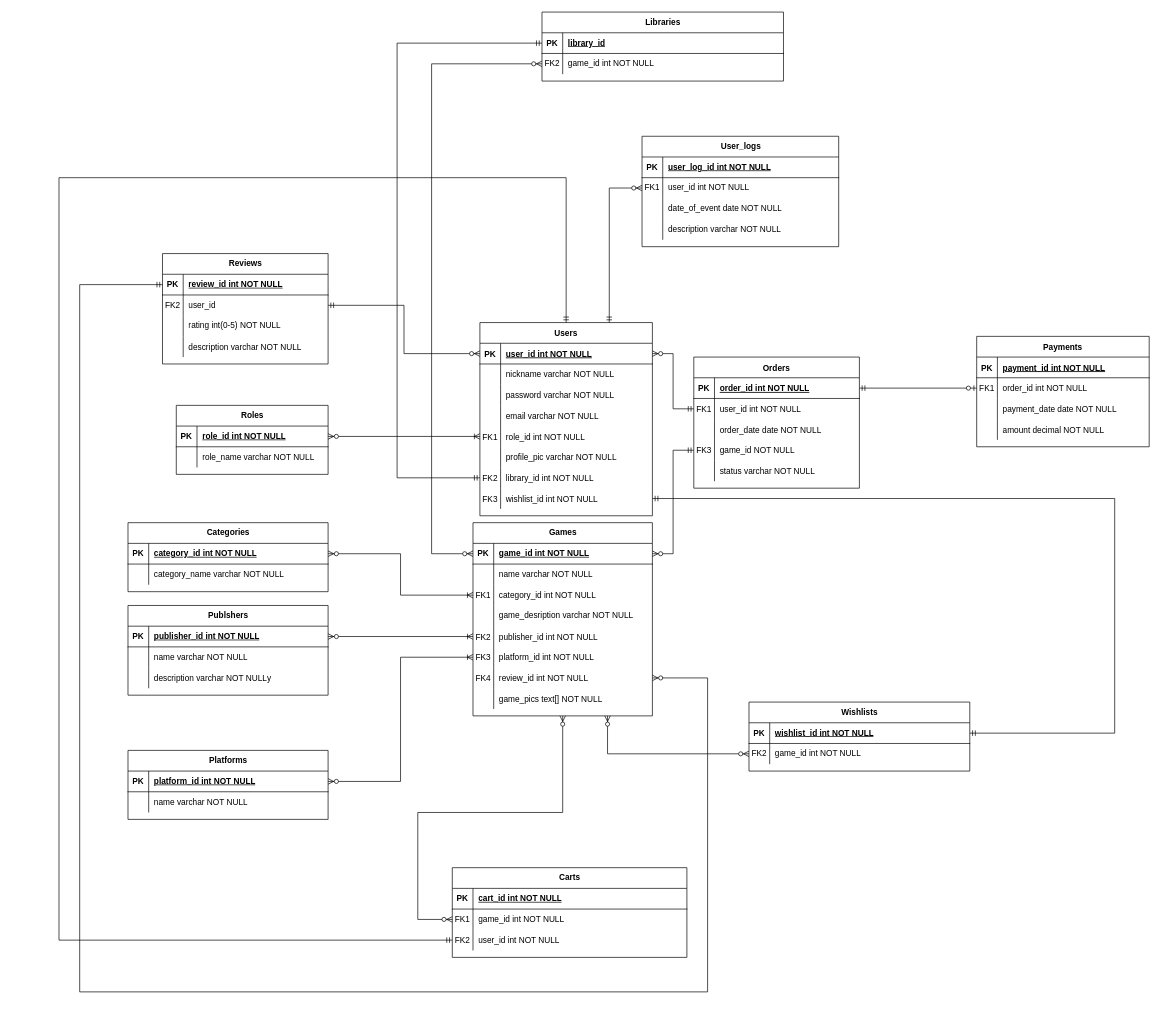
Earlier version of the draw.io diagram diagram.drawio (westcrime/data-models-and-database-management-systems). Source tidied: cells renumbered, new cells numbered last; positions are measured from the earlier drawing's top-left corner, leaving out a move shared by most shapes. Both pictures are drawn from the tidied source at 69%, with x=0, y=0 at pixel (59, 12).
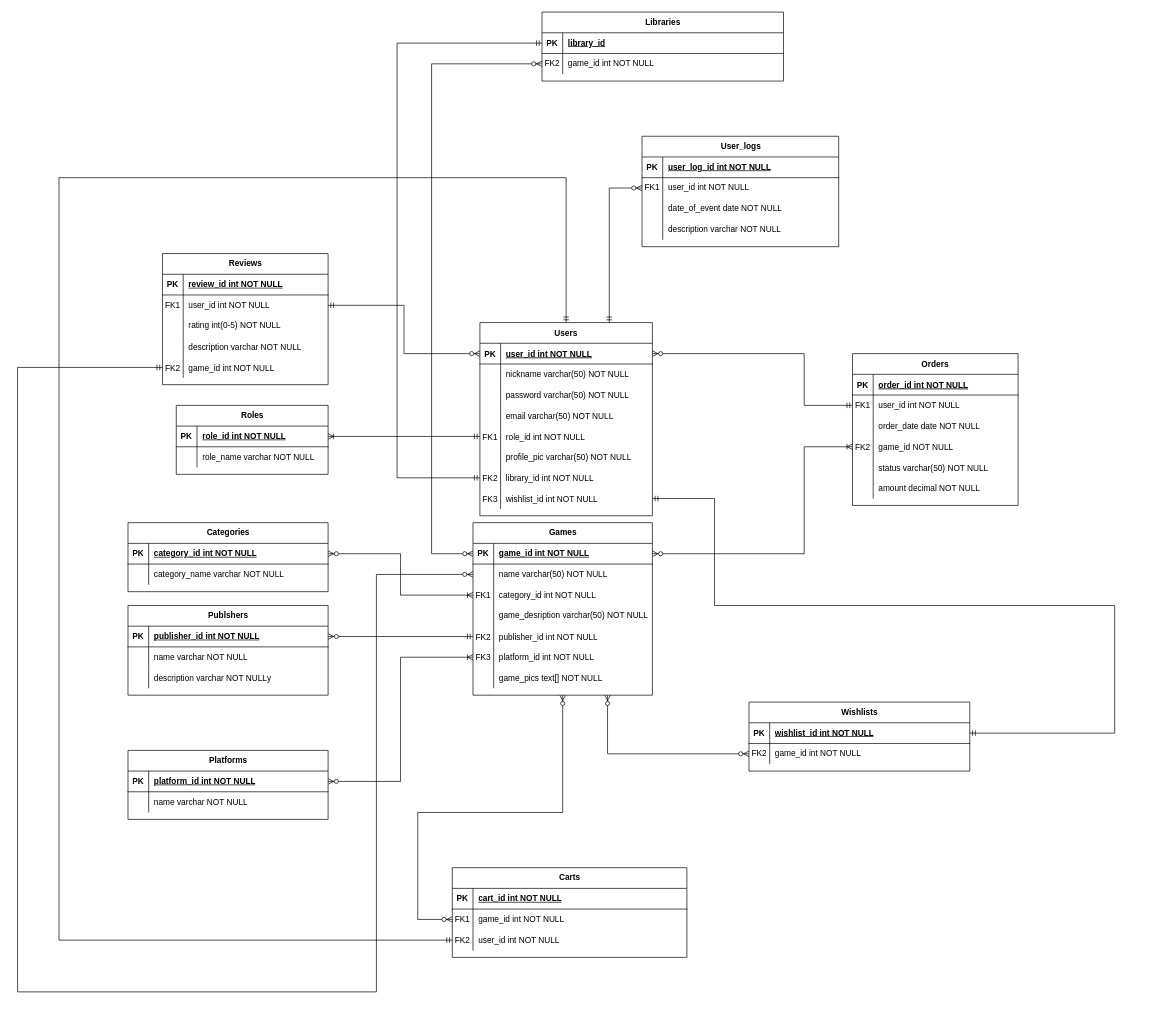
The same diagram, later.

The change refers to these unchanged cells:
```xml
<mxCell id="3" style="shape=partialRectangle;fillColor=none;points=[[0,0.5],[1,0.5]];portConstraint=eastwest;top=0;left=0;right=0;bottom=1;" parent="2" vertex="1">
  <mxGeometry y="30" width="240" height="30" as="geometry" />
</mxCell>
<mxCell id="6" style="shape=partialRectangle;fillColor=none;points=[[0,0.5],[1,0.5]];portConstraint=eastwest;top=0;left=0;right=0;bottom=0;" parent="2" vertex="1">
  <mxGeometry y="60" width="240" height="30" as="geometry" />
</mxCell>
<mxCell id="12" style="shape=tableRow;horizontal=0;startSize=0;swimlaneHead=0;swimlaneBody=0;fillColor=none;points=[[0,0.5],[1,0.5]];portConstraint=eastwest;top=0;left=0;right=0;bottom=0;" parent="2" vertex="1">
  <mxGeometry y="120" width="240" height="30" as="geometry" />
</mxCell>
<mxCell id="15" style="shape=tableRow;horizontal=0;startSize=0;swimlaneHead=0;swimlaneBody=0;fillColor=none;top=0;left=0;right=0;bottom=0;" parent="2" vertex="1">
  <mxGeometry y="150" width="240" height="30" as="geometry" />
</mxCell>
<mxCell id="32" style="shape=partialRectangle;fillColor=none;points=[[0,0.5],[1,0.5]];portConstraint=eastwest;top=0;left=0;right=0;bottom=1;" parent="31" vertex="1">
  <mxGeometry y="30" width="250" height="30" as="geometry" />
</mxCell>
<mxCell id="35" style="shape=partialRectangle;fillColor=none;top=0;left=0;right=0;bottom=0;" parent="31" vertex="1">
  <mxGeometry y="60" width="250" height="30" as="geometry" />
</mxCell>
<mxCell id="38" style="shape=tableRow;horizontal=0;startSize=0;swimlaneHead=0;swimlaneBody=0;fillColor=none;top=0;left=0;right=0;bottom=0;" parent="31" vertex="1">
  <mxGeometry y="90" width="250" height="30" as="geometry" />
</mxCell>
<mxCell id="41" style="shape=tableRow;horizontal=0;startSize=0;swimlaneHead=0;swimlaneBody=0;fillColor=none;top=0;left=0;right=0;bottom=0;" parent="31" vertex="1">
  <mxGeometry y="120" width="250" height="30" as="geometry" />
</mxCell>
<mxCell id="44" style="shape=tableRow;horizontal=0;startSize=0;swimlaneHead=0;swimlaneBody=0;fillColor=none;points=[[0,0.5],[1,0.5]];portConstraint=eastwest;top=0;left=0;right=0;bottom=0;" parent="31" vertex="1">
  <mxGeometry y="150" width="250" height="30" as="geometry" />
</mxCell>
<mxCell id="47" style="shape=tableRow;horizontal=0;startSize=0;swimlaneHead=0;swimlaneBody=0;fillColor=none;top=0;left=0;right=0;bottom=0;" parent="31" vertex="1">
  <mxGeometry y="180" width="250" height="30" as="geometry" />
</mxCell>
<mxCell id="53" style="shape=tableRow;horizontal=0;startSize=0;swimlaneHead=0;swimlaneBody=0;fillColor=none;points=[[0,0.5],[1,0.5]];portConstraint=eastwest;top=0;left=0;right=0;bottom=0;" parent="31" vertex="1">
  <mxGeometry y="240" width="250" height="30" as="geometry" />
</mxCell>
<mxCell id="57" style="shape=tableRow;horizontal=0;startSize=0;swimlaneHead=0;swimlaneBody=0;fillColor=none;points=[[0,0.5],[1,0.5]];portConstraint=eastwest;top=0;left=0;right=0;bottom=1;" parent="56" vertex="1">
  <mxGeometry y="30" width="260" height="30" as="geometry" />
</mxCell>
<mxCell id="60" style="shape=tableRow;horizontal=0;startSize=0;swimlaneHead=0;swimlaneBody=0;fillColor=none;points=[[0,0.5],[1,0.5]];portConstraint=eastwest;top=0;left=0;right=0;bottom=0;" parent="56" vertex="1">
  <mxGeometry y="60" width="260" height="30" as="geometry" />
</mxCell>
<mxCell id="66" style="shape=tableRow;horizontal=0;startSize=0;swimlaneHead=0;swimlaneBody=0;fillColor=none;top=0;left=0;right=0;bottom=0;" parent="56" vertex="1">
  <mxGeometry y="120" width="260" height="30" as="geometry" />
</mxCell>
<mxCell id="69" style="shape=tableRow;horizontal=0;startSize=0;swimlaneHead=0;swimlaneBody=0;fillColor=none;points=[[0,0.5],[1,0.5]];portConstraint=eastwest;top=0;left=0;right=0;bottom=0;" parent="56" vertex="1">
  <mxGeometry y="150" width="260" height="30" as="geometry" />
</mxCell>
<mxCell id="82" style="shape=tableRow;horizontal=0;startSize=0;swimlaneHead=0;swimlaneBody=0;fillColor=none;points=[[0,0.5],[1,0.5]];portConstraint=eastwest;top=0;left=0;right=0;bottom=1;" parent="81" vertex="1">
  <mxGeometry y="30" width="290" height="30" as="geometry" />
</mxCell>
<mxCell id="99" style="shape=tableRow;horizontal=0;startSize=0;swimlaneHead=0;swimlaneBody=0;fillColor=none;points=[[0,0.5],[1,0.5]];portConstraint=eastwest;top=0;left=0;right=0;bottom=1;" parent="98" vertex="1">
  <mxGeometry y="30" width="220" height="30" as="geometry" />
</mxCell>
<mxCell id="106" style="shape=tableRow;horizontal=0;startSize=0;swimlaneHead=0;swimlaneBody=0;fillColor=none;points=[[0,0.5],[1,0.5]];portConstraint=eastwest;top=0;left=0;right=0;bottom=1;" parent="105" vertex="1">
  <mxGeometry y="30" width="240" height="30" as="geometry" />
</mxCell>
<mxCell id="109" style="shape=tableRow;horizontal=0;startSize=0;swimlaneHead=0;swimlaneBody=0;fillColor=none;points=[[0,0.5],[1,0.5]];portConstraint=eastwest;top=0;left=0;right=0;bottom=0;" parent="105" vertex="1">
  <mxGeometry y="60" width="240" height="30" as="geometry" />
</mxCell>
<mxCell id="126" style="shape=tableRow;horizontal=0;startSize=0;swimlaneHead=0;swimlaneBody=0;fillColor=none;points=[[0,0.5],[1,0.5]];portConstraint=eastwest;top=0;left=0;right=0;bottom=1;" parent="125" vertex="1">
  <mxGeometry y="30" width="320" height="30" as="geometry" />
</mxCell>
```

Diff of the diagram source:
```diff
@@
     <mxCell id="2" value="Orders" style="shape=table;startSize=30;childLayout=tableLayout;rowLines=0;fontStyle=1;align=center;" parent="1" vertex="1">
-      <mxGeometry x="920" y="500" width="240" height="190" as="geometry" />
+      <mxGeometry x="1150" y="495" width="240" height="220" as="geometry" />
     </mxCell>
@@
-    <mxCell id="13" value="FK3" style="shape=partialRectangle;fillColor=none;top=0;left=0;bottom=0;right=0;overflow=hidden;" parent="12" vertex="1">
+    <mxCell id="13" value="FK2" style="shape=partialRectangle;fillColor=none;top=0;left=0;bottom=0;right=0;overflow=hidden;" parent="12" vertex="1">
       <mxGeometry width="30" height="30" as="geometry" />
     </mxCell>
@@
-    <mxCell id="17" value="status varchar NOT NULL" style="shape=partialRectangle;fillColor=none;top=0;left=0;bottom=0;right=0;align=left;spacingLeft=6;overflow=hidden;" parent="15" vertex="1">
+    <mxCell id="17" value="status varchar(50) NOT NULL" style="shape=partialRectangle;fillColor=none;top=0;left=0;bottom=0;right=0;align=left;spacingLeft=6;overflow=hidden;" parent="15" vertex="1">
       <mxGeometry x="30" width="210" height="30" as="geometry" />
     </mxCell>
-    <mxCell id="18" value="Payments" style="shape=table;startSize=30;childLayout=tableLayout;rowLines=0;fontStyle=1;align=center;" parent="1" vertex="1">
-      <mxGeometry x="1330" y="470" width="250" height="160" as="geometry" />
-    </mxCell>
-    <mxCell id="19" style="shape=partialRectangle;fillColor=none;top=0;left=0;right=0;bottom=1;" parent="18" vertex="1">
-      <mxGeometry y="30" width="250" height="30" as="geometry" />
-    </mxCell>
-    <mxCell id="20" value="PK" style="shape=partialRectangle;overflow=hidden;fillColor=none;top=0;left=0;bottom=0;right=0;fontStyle=1;" parent="19" vertex="1">
-      <mxGeometry width="30" height="30" as="geometry" />
-    </mxCell>
-    <mxCell id="21" value="payment_id int NOT NULL " style="shape=partialRectangle;overflow=hidden;fillColor=none;top=0;left=0;bottom=0;right=0;align=left;spacingLeft=6;fontStyle=5;" parent="19" vertex="1">
-      <mxGeometry x="30" width="220" height="30" as="geometry" />
-    </mxCell>
-    <mxCell id="22" style="shape=partialRectangle;fillColor=none;points=[[0,0.5],[1,0.5]];portConstraint=eastwest;top=0;left=0;right=0;bottom=0;" parent="18" vertex="1">
-      <mxGeometry y="60" width="250" height="30" as="geometry" />
-    </mxCell>
-    <mxCell id="23" value="FK1" style="shape=partialRectangle;overflow=hidden;fillColor=none;top=0;left=0;bottom=0;right=0;" parent="22" vertex="1">
-      <mxGeometry width="30" height="30" as="geometry" />
-    </mxCell>
-    <mxCell id="24" value="order_id int NOT NULL" style="shape=partialRectangle;overflow=hidden;fillColor=none;top=0;left=0;bottom=0;right=0;align=left;spacingLeft=6;" parent="22" vertex="1">
-      <mxGeometry x="30" width="220" height="30" as="geometry" />
-    </mxCell>
-    <mxCell id="25" style="shape=partialRectangle;fillColor=none;top=0;left=0;right=0;bottom=0;" parent="18" vertex="1">
-      <mxGeometry y="90" width="250" height="30" as="geometry" />
-    </mxCell>
-    <mxCell id="26" style="shape=partialRectangle;overflow=hidden;fillColor=none;top=0;left=0;bottom=0;right=0;" parent="25" vertex="1">
-      <mxGeometry width="30" height="30" as="geometry" />
-    </mxCell>
-    <mxCell id="27" value="payment_date date NOT NULL" style="shape=partialRectangle;overflow=hidden;fillColor=none;top=0;left=0;bottom=0;right=0;align=left;spacingLeft=6;" parent="25" vertex="1">
-      <mxGeometry x="30" width="220" height="30" as="geometry" />
-    </mxCell>
-    <mxCell id="28" style="shape=tableRow;horizontal=0;startSize=0;swimlaneHead=0;swimlaneBody=0;fillColor=none;top=0;left=0;right=0;bottom=0;" parent="18" vertex="1">
-      <mxGeometry y="120" width="250" height="30" as="geometry" />
-    </mxCell>
+    <mxCell id="178" style="shape=tableRow;horizontal=0;startSize=0;swimlaneHead=0;swimlaneBody=0;fillColor=none;top=0;left=0;right=0;bottom=0;" parent="2" vertex="1">
+      <mxGeometry y="180" width="240" height="30" as="geometry" />
+    </mxCell>
-    <mxCell id="29" style="shape=partialRectangle;fillColor=none;top=0;left=0;bottom=0;right=0;overflow=hidden;" parent="28" vertex="1">
+    <mxCell id="29" style="shape=partialRectangle;fillColor=none;top=0;left=0;bottom=0;right=0;overflow=hidden;" parent="178" vertex="1">
       <mxGeometry width="30" height="30" as="geometry" />
     </mxCell>
-    <mxCell id="30" value="amount decimal NOT NULL" style="shape=partialRectangle;fillColor=none;top=0;left=0;bottom=0;right=0;align=left;spacingLeft=6;overflow=hidden;" parent="28" vertex="1">
-      <mxGeometry x="30" width="220" height="30" as="geometry" />
+    <mxCell id="30" value="amount decimal NOT NULL" style="shape=partialRectangle;fillColor=none;top=0;left=0;bottom=0;right=0;align=left;spacingLeft=6;overflow=hidden;" parent="178" vertex="1">
+      <mxGeometry x="30" width="210" height="30" as="geometry" />
     </mxCell>
@@
-    <mxCell id="37" value="nickname varchar NOT NULL" style="shape=partialRectangle;overflow=hidden;fillColor=none;top=0;left=0;bottom=0;right=0;align=left;spacingLeft=6;" parent="35" vertex="1">
+    <mxCell id="37" value="nickname varchar(50) NOT NULL" style="shape=partialRectangle;overflow=hidden;fillColor=none;top=0;left=0;bottom=0;right=0;align=left;spacingLeft=6;" parent="35" vertex="1">
       <mxGeometry x="30" width="220" height="30" as="geometry" />
     </mxCell>
@@
-    <mxCell id="40" value="password varchar NOT NULL" style="shape=partialRectangle;fillColor=none;top=0;left=0;bottom=0;right=0;align=left;spacingLeft=6;overflow=hidden;" parent="38" vertex="1">
+    <mxCell id="40" value="password varchar(50) NOT NULL" style="shape=partialRectangle;fillColor=none;top=0;left=0;bottom=0;right=0;align=left;spacingLeft=6;overflow=hidden;" parent="38" vertex="1">
       <mxGeometry x="30" width="220" height="30" as="geometry" />
     </mxCell>
@@
-    <mxCell id="43" value="email varchar NOT NULL" style="shape=partialRectangle;fillColor=none;top=0;left=0;bottom=0;right=0;align=left;spacingLeft=6;overflow=hidden;" parent="41" vertex="1">
+    <mxCell id="43" value="email varchar(50) NOT NULL" style="shape=partialRectangle;fillColor=none;top=0;left=0;bottom=0;right=0;align=left;spacingLeft=6;overflow=hidden;" parent="41" vertex="1">
       <mxGeometry x="30" width="220" height="30" as="geometry" />
     </mxCell>
@@
-    <mxCell id="49" value="profile_pic varchar NOT NULL" style="shape=partialRectangle;fillColor=none;top=0;left=0;bottom=0;right=0;align=left;spacingLeft=6;overflow=hidden;" parent="47" vertex="1">
+    <mxCell id="49" value="profile_pic varchar(50) NOT NULL" style="shape=partialRectangle;fillColor=none;top=0;left=0;bottom=0;right=0;align=left;spacingLeft=6;overflow=hidden;" parent="47" vertex="1">
       <mxGeometry x="30" width="220" height="30" as="geometry" />
     </mxCell>
@@
     <mxCell id="56" value="Games" style="shape=table;startSize=30;childLayout=tableLayout;rowLines=0;fontStyle=1;align=center;html=1;" parent="1" vertex="1">
-      <mxGeometry x="600" y="740" width="260" height="280" as="geometry" />
+      <mxGeometry x="600" y="740" width="260" height="250" as="geometry" />
     </mxCell>
@@
-    <mxCell id="62" value="name varchar NOT NULL" style="shape=partialRectangle;fillColor=none;top=0;left=0;bottom=0;right=0;align=left;spacingLeft=6;overflow=hidden;whiteSpace=wrap;html=1;" parent="60" vertex="1">
+    <mxCell id="62" value="name varchar(50) NOT NULL" style="shape=partialRectangle;fillColor=none;top=0;left=0;bottom=0;right=0;align=left;spacingLeft=6;overflow=hidden;whiteSpace=wrap;html=1;" parent="60" vertex="1">
       <mxGeometry x="30" width="230" height="30" as="geometry" />
     </mxCell>
@@
-    <mxCell id="68" value="game_desription varchar NOT NULL" style="shape=partialRectangle;fillColor=none;top=0;left=0;bottom=0;right=0;align=left;spacingLeft=6;overflow=hidden;whiteSpace=wrap;html=1;" parent="66" vertex="1">
+    <mxCell id="68" value="game_desription varchar(50) NOT NULL" style="shape=partialRectangle;fillColor=none;top=0;left=0;bottom=0;right=0;align=left;spacingLeft=6;overflow=hidden;whiteSpace=wrap;html=1;" parent="66" vertex="1">
       <mxGeometry x="30" width="230" height="30" as="geometry" />
     </mxCell>
@@
-    <mxCell id="75" style="shape=tableRow;horizontal=0;startSize=0;swimlaneHead=0;swimlaneBody=0;fillColor=none;points=[[0,0.5],[1,0.5]];portConstraint=eastwest;top=0;left=0;right=0;bottom=0;" parent="56" vertex="1">
-      <mxGeometry y="210" width="260" height="30" as="geometry" />
-    </mxCell>
-    <mxCell id="76" value="FK4" style="shape=partialRectangle;fillColor=none;top=0;left=0;bottom=0;right=0;overflow=hidden;" parent="75" vertex="1">
-      <mxGeometry width="30" height="30" as="geometry" />
-    </mxCell>
-    <mxCell id="77" value="review_id int NOT NULL" style="shape=partialRectangle;fillColor=none;top=0;left=0;bottom=0;right=0;align=left;spacingLeft=6;overflow=hidden;" parent="75" vertex="1">
-      <mxGeometry x="30" width="230" height="30" as="geometry" />
-    </mxCell>
     <mxCell id="78" style="shape=tableRow;horizontal=0;startSize=0;swimlaneHead=0;swimlaneBody=0;fillColor=none;top=0;left=0;right=0;bottom=0;" parent="56" vertex="1">
-      <mxGeometry y="240" width="260" height="30" as="geometry" />
+      <mxGeometry y="210" width="260" height="30" as="geometry" />
     </mxCell>
@@
     <mxCell id="105" value="Reviews" style="shape=table;startSize=30;childLayout=tableLayout;rowLines=0;fontStyle=1;align=center;html=1;" parent="1" vertex="1">
-      <mxGeometry x="150" y="350" width="240" height="160" as="geometry" />
+      <mxGeometry x="150" y="350" width="240" height="190" as="geometry" />
     </mxCell>
@@
-    <mxCell id="110" value="FK2" style="shape=partialRectangle;fillColor=none;top=0;left=0;bottom=0;right=0;overflow=hidden;whiteSpace=wrap;html=1;" parent="109" vertex="1">
+    <mxCell id="110" value="FK1" style="shape=partialRectangle;fillColor=none;top=0;left=0;bottom=0;right=0;overflow=hidden;whiteSpace=wrap;html=1;" parent="109" vertex="1">
       <mxGeometry width="30" height="30" as="geometry" />
     </mxCell>
-    <mxCell id="111" value="user_id" style="shape=partialRectangle;fillColor=none;top=0;left=0;bottom=0;right=0;align=left;spacingLeft=6;overflow=hidden;whiteSpace=wrap;html=1;" parent="109" vertex="1">
+    <mxCell id="111" value="user_id&amp;nbsp;int NOT NULL" style="shape=partialRectangle;fillColor=none;top=0;left=0;bottom=0;right=0;align=left;spacingLeft=6;overflow=hidden;whiteSpace=wrap;html=1;" parent="109" vertex="1">
       <mxGeometry x="30" width="210" height="30" as="geometry" />
     </mxCell>
@@
+    <mxCell id="179" style="shape=tableRow;horizontal=0;startSize=0;swimlaneHead=0;swimlaneBody=0;fillColor=none;points=[[0,0.5],[1,0.5]];portConstraint=eastwest;top=0;left=0;right=0;bottom=0;" parent="105" vertex="1">
+      <mxGeometry y="150" width="240" height="30" as="geometry" />
+    </mxCell>
+    <mxCell id="180" value="FK2" style="shape=partialRectangle;fillColor=none;top=0;left=0;bottom=0;right=0;overflow=hidden;" parent="179" vertex="1">
+      <mxGeometry width="30" height="30" as="geometry" />
+    </mxCell>
+    <mxCell id="181" value="game_id int NOT NULL" style="shape=partialRectangle;fillColor=none;top=0;left=0;bottom=0;right=0;align=left;spacingLeft=6;overflow=hidden;" parent="179" vertex="1">
+      <mxGeometry x="30" width="210" height="30" as="geometry" />
+    </mxCell>
@@
-    <mxCell id="165" style="edgeStyle=orthogonalEdgeStyle;fontSize=12;html=1;endArrow=ERzeroToMany;startArrow=ERmandOne;rounded=0;exitX=1;exitY=0.5;exitDx=0;exitDy=0;entryX=0;entryY=0.5;entryDx=0;entryDy=0;elbow=vertical;" parent="1" edge="1" source="109" target="32">
+    <mxCell id="165" style="edgeStyle=orthogonalEdgeStyle;fontSize=12;html=1;endArrow=ERzeroToMany;startArrow=ERmandOne;rounded=0;exitX=1;exitY=0.5;exitDx=0;exitDy=0;elbow=vertical;entryX=0;entryY=0.5;entryDx=0;entryDy=0;" parent="1" edge="1" source="109" target="32">
       <mxGeometry relative="1" as="geometry" />
     </mxCell>
     <mxCell id="166" style="edgeStyle=orthogonalEdgeStyle;fontSize=12;html=1;endArrow=ERmandOne;startArrow=ERmandOne;rounded=0;exitX=1;exitY=0.5;exitDx=0;exitDy=0;entryX=1;entryY=0.5;entryDx=0;entryDy=0;" parent="1" edge="1" source="53" target="126">
       <mxGeometry relative="1" as="geometry">
         <Array as="points">
-          <mxPoint x="1530" y="705" />
+          <mxPoint x="950" y="705" />
+          <mxPoint x="950" y="860" />
+          <mxPoint x="1530" y="860" />
           <mxPoint x="1530" y="1045" />
         </Array>
       </mxGeometry>
     </mxCell>
-    <mxCell id="167" style="edgeStyle=orthogonalEdgeStyle;fontSize=12;html=1;endArrow=ERzeroToMany;startArrow=ERmandOne;rounded=0;entryX=1;entryY=0.5;entryDx=0;entryDy=0;exitX=0;exitY=0.5;exitDx=0;exitDy=0;" parent="1" edge="1" source="106" target="75">
-      <mxGeometry relative="1" as="geometry">
-        <Array as="points">
-          <mxPoint x="30" y="395" />
-          <mxPoint x="30" y="1420" />
-          <mxPoint x="940" y="1420" />
-          <mxPoint x="940" y="965" />
-        </Array>
-      </mxGeometry>
-    </mxCell>
@@
-    <mxCell id="170" style="edgeStyle=orthogonalEdgeStyle;fontSize=12;html=1;endArrow=ERzeroToMany;startArrow=ERmandOne;rounded=0;entryX=1;entryY=0.5;entryDx=0;entryDy=0;exitX=0;exitY=0.5;exitDx=0;exitDy=0;" parent="1" edge="1" source="12" target="57">
-      <mxGeometry relative="1" as="geometry" />
-    </mxCell>
@@
-    <mxCell id="172" style="edgeStyle=orthogonalEdgeStyle;fontSize=12;html=1;endArrow=ERoneToMany;startArrow=ERzeroToMany;rounded=0;exitX=1;exitY=0.5;exitDx=0;exitDy=0;entryX=0;entryY=0.5;entryDx=0;entryDy=0;" parent="1" edge="1" source="82" target="69">
-      <mxGeometry relative="1" as="geometry" />
-    </mxCell>
@@
-    <mxCell id="174" style="edgeStyle=orthogonalEdgeStyle;fontSize=12;html=1;endArrow=ERoneToMany;startArrow=ERzeroToMany;rounded=0;exitX=1;exitY=0.5;exitDx=0;exitDy=0;entryX=0;entryY=0.5;entryDx=0;entryDy=0;" parent="1" edge="1" source="99" target="44">
-      <mxGeometry relative="1" as="geometry" />
-    </mxCell>
-    <mxCell id="175" style="edgeStyle=entityRelationEdgeStyle;fontSize=12;html=1;endArrow=ERzeroToMany;startArrow=ERmandOne;rounded=0;entryX=1;entryY=0.5;entryDx=0;entryDy=0;exitX=0;exitY=0.5;exitDx=0;exitDy=0;" parent="1" edge="1" source="6" target="32">
-      <mxGeometry relative="1" as="geometry" />
+    <mxCell id="175" style="edgeStyle=orthogonalEdgeStyle;fontSize=12;html=1;endArrow=ERzeroToMany;startArrow=ERmandOne;rounded=0;entryX=1;entryY=0.5;entryDx=0;entryDy=0;exitX=0;exitY=0.5;exitDx=0;exitDy=0;" parent="1" edge="1" source="6" target="32">
+      <mxGeometry relative="1" as="geometry">
+        <Array as="points">
+          <mxPoint x="1080" y="570" />
+          <mxPoint x="1080" y="495" />
+        </Array>
+      </mxGeometry>
     </mxCell>
@@
-    <mxCell id="177" style="edgeStyle=orthogonalEdgeStyle;fontSize=12;html=1;endArrow=ERzeroToOne;startArrow=ERmandOne;rounded=0;exitX=1;exitY=0.5;exitDx=0;exitDy=0;entryX=0;entryY=0.5;entryDx=0;entryDy=0;" parent="1" edge="1" source="3" target="22">
-      <mxGeometry relative="1" as="geometry" />
-    </mxCell>
+    <mxCell id="182" style="edgeStyle=orthogonalEdgeStyle;fontSize=12;html=1;endArrow=ERoneToMany;startArrow=ERmandOne;rounded=0;exitX=0;exitY=0.5;exitDx=0;exitDy=0;entryX=1;entryY=0.5;entryDx=0;entryDy=0;" parent="1" edge="1" source="44" target="99">
+      <mxGeometry relative="1" as="geometry" />
+    </mxCell>
+    <mxCell id="183" style="edgeStyle=orthogonalEdgeStyle;fontSize=12;html=1;endArrow=ERzeroToMany;startArrow=ERmandOne;rounded=0;exitX=0;exitY=0.5;exitDx=0;exitDy=0;entryX=0;entryY=0.5;entryDx=0;entryDy=0;" parent="1" edge="1" source="179" target="60">
+      <mxGeometry relative="1" as="geometry">
+        <Array as="points">
+          <mxPoint x="-60" y="515" />
+          <mxPoint x="-60" y="1420" />
+          <mxPoint x="460" y="1420" />
+          <mxPoint x="460" y="815" />
+        </Array>
+      </mxGeometry>
+    </mxCell>
+    <mxCell id="184" style="edgeStyle=orthogonalEdgeStyle;fontSize=12;html=1;endArrow=ERoneToMany;startArrow=ERzeroToMany;rounded=0;entryX=0;entryY=0.5;entryDx=0;entryDy=0;exitX=1;exitY=0.5;exitDx=0;exitDy=0;" parent="1" edge="1" source="57" target="12">
+      <mxGeometry relative="1" as="geometry">
+        <Array as="points">
+          <mxPoint x="1080" y="785" />
+          <mxPoint x="1080" y="630" />
+        </Array>
+      </mxGeometry>
+    </mxCell>
+    <mxCell id="185" style="edgeStyle=orthogonalEdgeStyle;fontSize=12;html=1;endArrow=ERzeroToMany;startArrow=ERmandOne;rounded=0;entryX=1;entryY=0.5;entryDx=0;entryDy=0;exitX=0;exitY=0.5;exitDx=0;exitDy=0;" parent="1" edge="1" source="69" target="82">
+      <mxGeometry relative="1" as="geometry" />
+    </mxCell>
```
